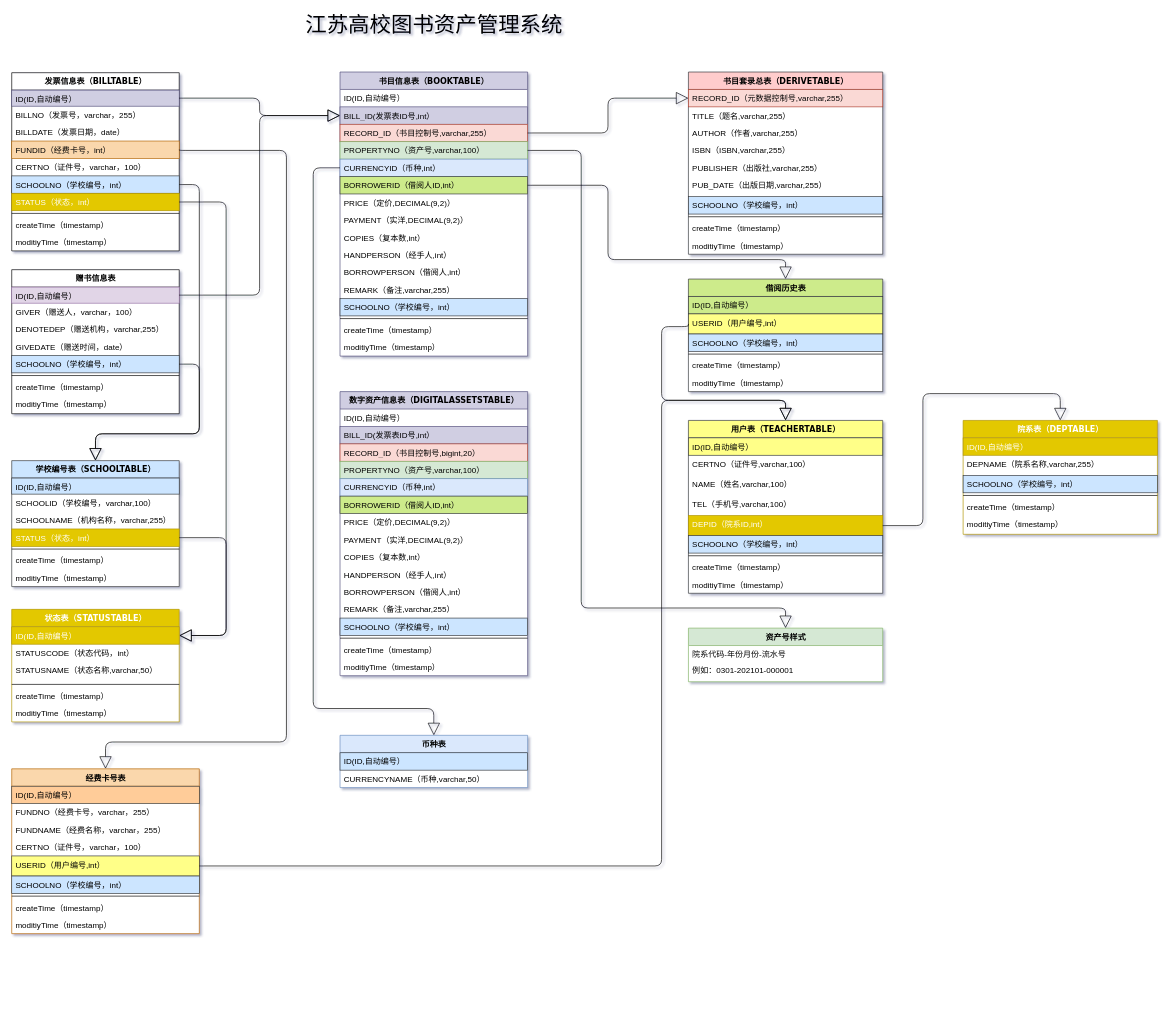
Earlier version of the draw.io diagram 图书资产管理系统.drawio (yisqiu/SimpleMap-wx). Source tidied: cells renumbered, new cells numbered last; positions are measured from the earlier drawing's top-left corner, leaving out a move shared by most shapes. Both pictures are drawn from the tidied source at 67%, with x=0, y=0 at pixel (11, 11).
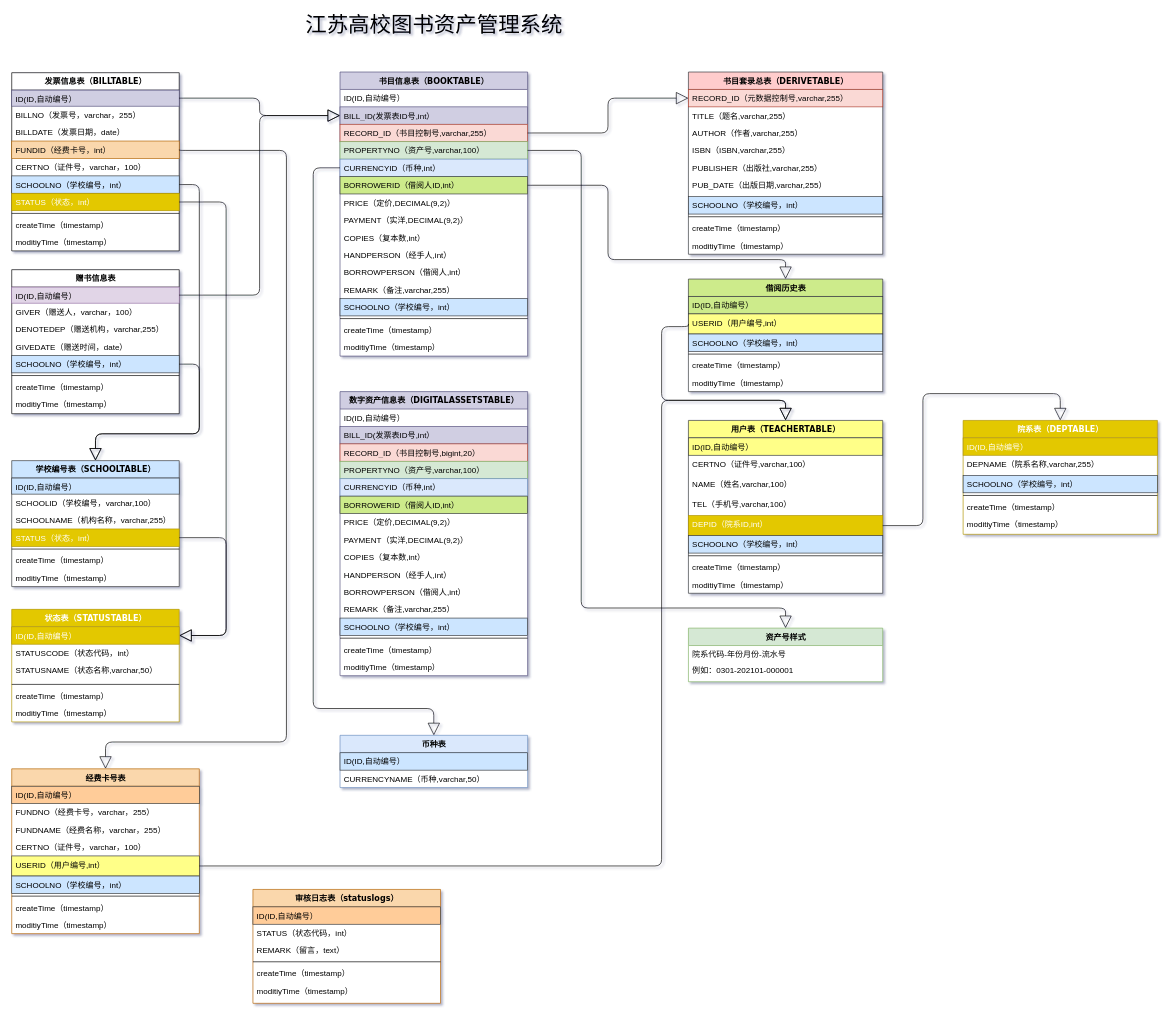
After the change.

Commit message:
审核日志表

Diff of the diagram source:
```diff
@@
+    <mxCell id="137" value="审核日志表（statuslogs）" style="swimlane;html=1;fontStyle=1;align=center;verticalAlign=top;horizontal=1;startSize=26;swimlaneFillColor=#ffffff;shadow=0;comic=0;labelBackgroundColor=none;strokeWidth=1;fillColor=#fad7ac;fontFamily=Verdana;fontSize=12;strokeColor=#b46504;" parent="1" vertex="1">
+      <mxGeometry x="360" y="1310" width="280" height="170" as="geometry" />
+    </mxCell>
+    <mxCell id="138" value="ID(ID,自动编号）" style="text;html=1;strokeColor=#36393d;fillColor=#ffcc99;align=left;verticalAlign=top;spacingLeft=4;spacingRight=4;whiteSpace=wrap;overflow=hidden;" parent="137" vertex="1">
+      <mxGeometry y="26" width="280" height="26" as="geometry" />
+    </mxCell>
+    <mxCell id="139" value="STATUS（状态代码，int）" style="text;html=1;strokeColor=none;fillColor=none;align=left;verticalAlign=top;spacingLeft=4;spacingRight=4;whiteSpace=wrap;overflow=hidden;" parent="137" vertex="1">
+      <mxGeometry y="52" width="280" height="26" as="geometry" />
+    </mxCell>
+    <mxCell id="140" value="REMARK（留言，text）" style="text;html=1;strokeColor=none;fillColor=none;align=left;verticalAlign=top;spacingLeft=4;spacingRight=4;whiteSpace=wrap;overflow=hidden;" parent="137" vertex="1">
+      <mxGeometry y="78" width="280" height="26" as="geometry" />
+    </mxCell>
+    <mxCell id="141" style="line;html=1;strokeWidth=1;fillColor=none;align=left;verticalAlign=middle;spacingTop=-1;spacingLeft=3;spacingRight=3;labelPosition=right;" parent="137" vertex="1">
+      <mxGeometry y="104" width="280" height="8" as="geometry" />
+    </mxCell>
+    <mxCell id="142" value="createTime（timestamp）" style="text;html=1;strokeColor=none;fillColor=none;align=left;verticalAlign=top;spacingLeft=4;spacingRight=4;whiteSpace=wrap;overflow=hidden;" parent="137" vertex="1">
+      <mxGeometry y="112" width="280" height="26" as="geometry" />
+    </mxCell>
+    <mxCell id="143" value="moditiyTime（timestamp）" style="text;html=1;strokeColor=none;fillColor=none;align=left;verticalAlign=top;spacingLeft=4;spacingRight=4;whiteSpace=wrap;overflow=hidden;" parent="137" vertex="1">
+      <mxGeometry y="138" width="280" height="26" as="geometry" />
+    </mxCell>
```
